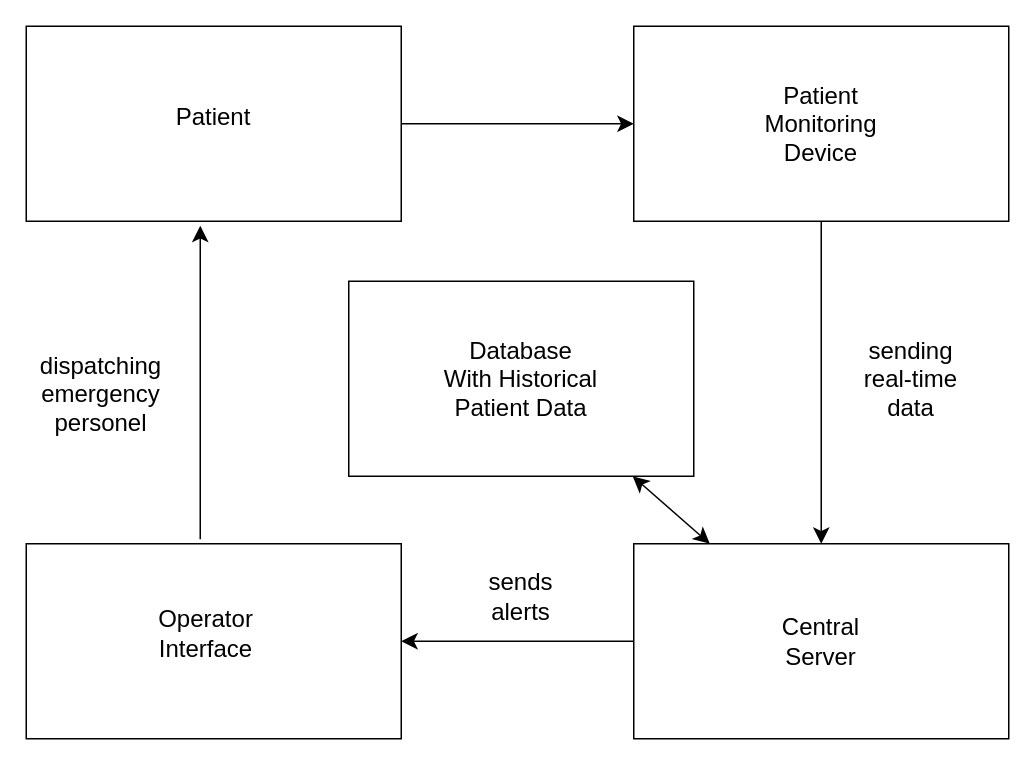
wvanchurin/wvanchurin.github.io keeps this draw.io diagram as Untitled Diagram.drawio. Above is the earlier version. Source tidied: cells renumbered, new cells numbered last; positions are measured from the earlier drawing's top-left corner, leaving out a move shared by most shapes. Both pictures are drawn from the tidied source at 150%, with x=0, y=0 at pixel (26, 26).
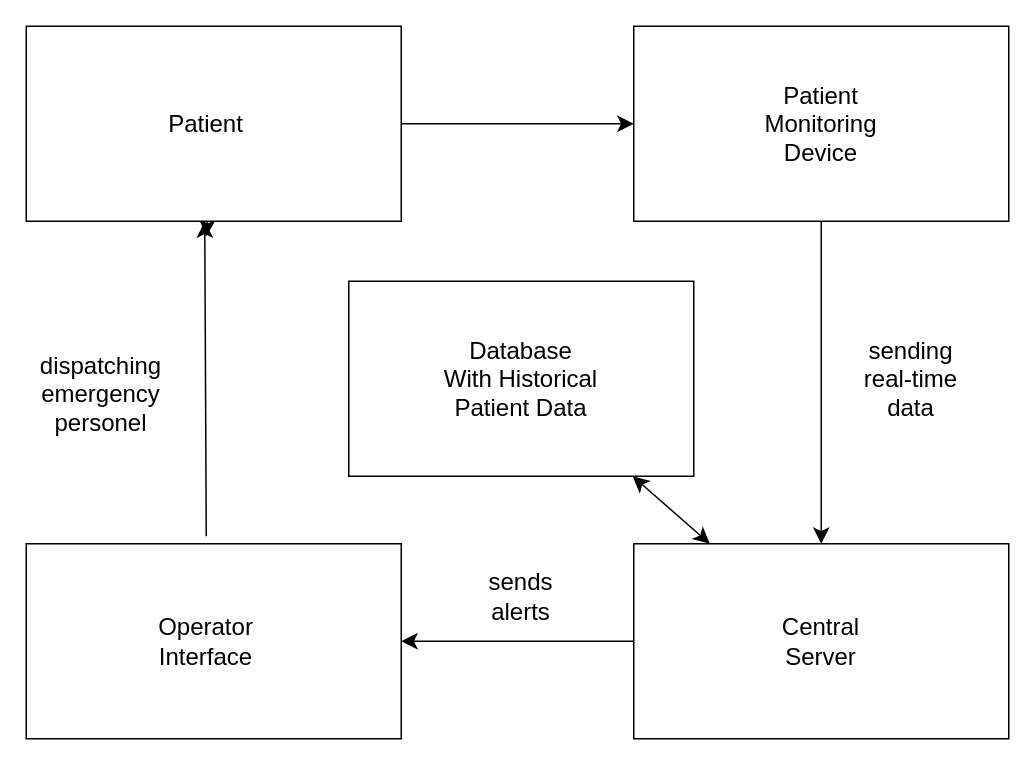
The same page after the edit.

Unchanged cells that the change refers to:
```xml
<mxCell id="10" style="rounded=0;whiteSpace=wrap;html=1;" parent="1" vertex="1">
  <mxGeometry y="345" width="250" height="130" as="geometry" />
</mxCell>
<mxCell id="14" style="rounded=0;whiteSpace=wrap;html=1;" parent="1" vertex="1">
  <mxGeometry width="250" height="130" as="geometry" />
</mxCell>
```

Diff of the diagram source:
```diff
@@
     <mxCell id="11" value="&lt;div&gt;Operator&lt;/div&gt;&lt;div&gt;Interface&lt;br&gt;&lt;/div&gt;" style="text;html=1;align=center;verticalAlign=middle;whiteSpace=wrap;rounded=0;fontSize=16;" parent="1" vertex="1">
-      <mxGeometry x="90" y="390" width="60" height="30" as="geometry" />
+      <mxGeometry x="90" y="395" width="60" height="30" as="geometry" />
     </mxCell>
@@
+    <mxCell id="22" style="edgeStyle=none;curved=1;rounded=0;jettySize=auto;html=1;fontSize=12;startSize=8;endSize=8;" parent="1" edge="1" source="14">
+      <mxGeometry relative="1" as="geometry">
+        <mxPoint x="120" y="140" as="targetPoint" />
+      </mxGeometry>
+    </mxCell>
@@
     <mxCell id="15" value="Patient" style="text;html=1;align=center;verticalAlign=middle;whiteSpace=wrap;rounded=0;fontSize=16;" parent="1" vertex="1">
-      <mxGeometry x="95" y="45" width="60" height="30" as="geometry" />
+      <mxGeometry x="90" y="50" width="60" height="30" as="geometry" />
     </mxCell>
@@
-    <mxCell id="17" style="endArrow=classic;html=1;rounded=0;fontSize=12;startSize=8;endSize=8;curved=1;entryX=0.464;entryY=1.023;entryDx=0;entryDy=0;entryPerimeter=0;exitX=0.464;exitY=-0.023;exitDx=0;exitDy=0;exitPerimeter=0;" parent="1" edge="1" source="10" target="14">
-      <mxGeometry relative="1" as="geometry" />
+    <mxCell id="17" style="endArrow=classic;html=1;rounded=0;fontSize=12;startSize=8;endSize=8;curved=1;entryX=0.476;entryY=1;entryDx=0;entryDy=0;entryPerimeter=0;" parent="1" edge="1" target="14">
+      <mxGeometry relative="1" as="geometry">
+        <mxPoint x="120" y="340" as="sourcePoint" />
+      </mxGeometry>
     </mxCell>
```
